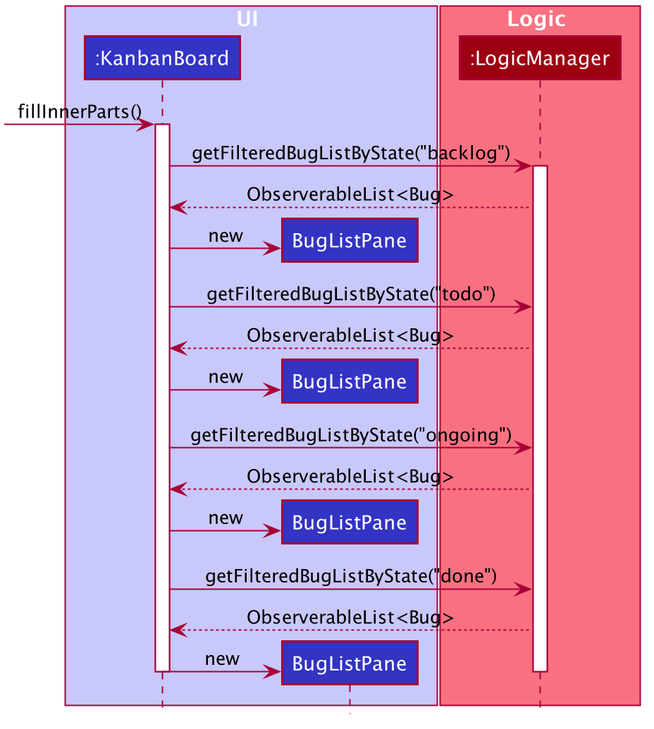
Earlier version of the PlantUML export docs/images/KanbanBoardUI.png (the-reefshark/tp).
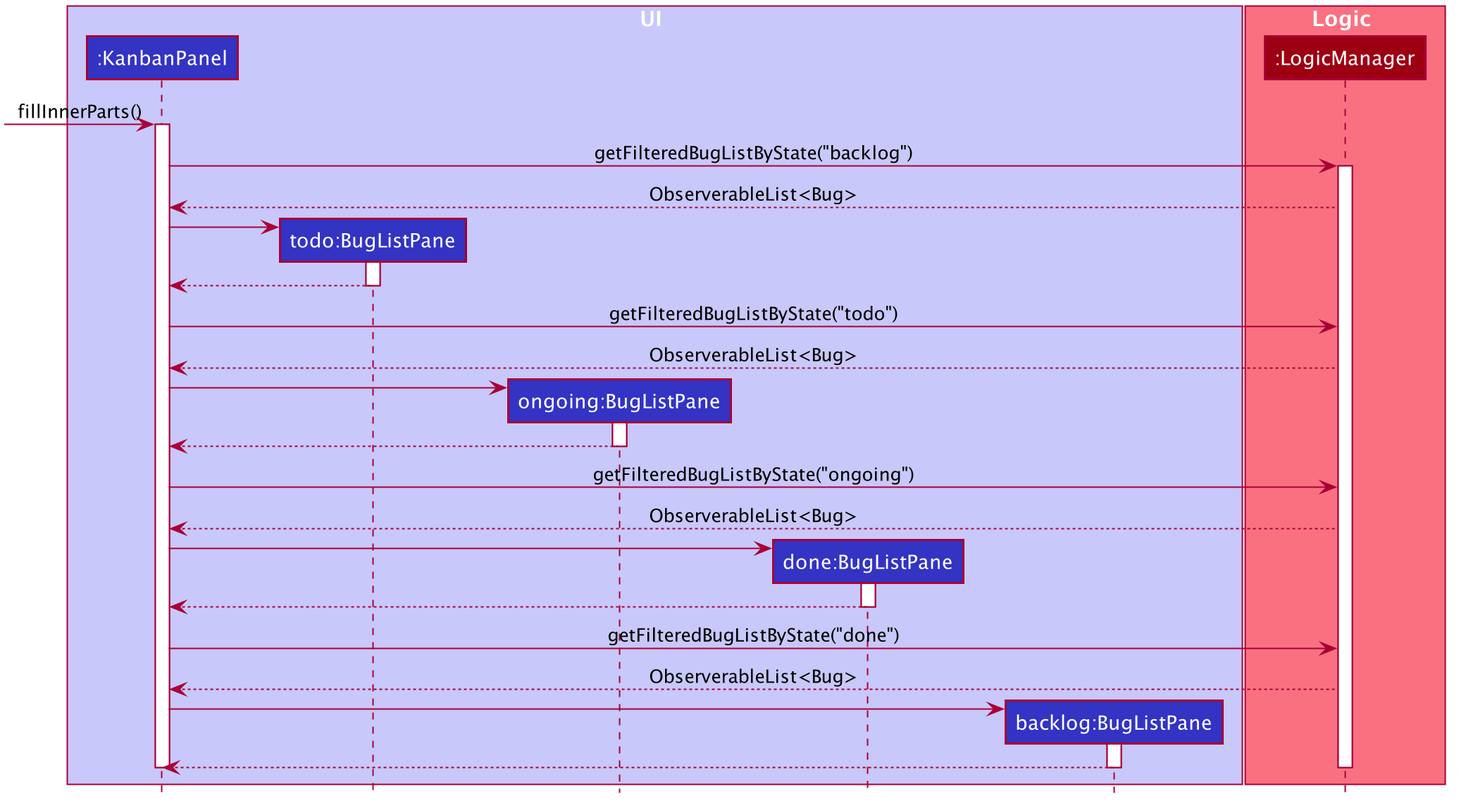
Above is the later version.

What changed in the source:
```diff
@@ -49,8 +49,11 @@
 hide circle
 
 box UI #C8C8FA
-participant ":KanbanBoard" as KanbanBoard #3333C4
-participant "BugListPane" as BugListPane #3333C4
+participant ":KanbanPanel" as KanbanBoard #3333C4
+participant "todo:BugListPane" as BugListPane #3333C4
+participant "ongoing:BugListPane" as BugListPane2 #3333C4
+participant "done:BugListPane" as BugListPane3 #3333C4
+participant "backlog:BugListPane" as BugListPane4 #3333C4
 
 end box
 
@@ -67,27 +70,36 @@
 LogicManager --> KanbanBoard: ObserverableList<Bug>
 
 create BugListPane
-KanbanBoard -> BugListPane: new
-
+KanbanBoard -> BugListPane
+activate BugListPane
+BugListPane --> KanbanBoard
+deactivate BugListPane
 KanbanBoard -> LogicManager : getFilteredBugListByState("todo")
 
 LogicManager --> KanbanBoard: ObserverableList<Bug>
-create BugListPane
-KanbanBoard -> BugListPane: new
-
+create BugListPane2
+KanbanBoard -> BugListPane2
+activate BugListPane2
+BugListPane2 --> KanbanBoard
+deactivate BugListPane2
 KanbanBoard -> LogicManager : getFilteredBugListByState("ongoing")
 
 LogicManager --> KanbanBoard: ObserverableList<Bug>
 
-create BugListPane
-KanbanBoard -> BugListPane: new
-
+create BugListPane3
+KanbanBoard -> BugListPane3
+activate BugListPane3
+BugListPane3 --> KanbanBoard
+deactivate BugListPane3
 KanbanBoard -> LogicManager : getFilteredBugListByState("done")
 
 LogicManager --> KanbanBoard: ObserverableList<Bug>
 
-create BugListPane
-KanbanBoard -> BugListPane: new
+create BugListPane4
+KanbanBoard -> BugListPane4
+activate BugListPane4
+BugListPane4 --> KanbanBoard
+deactivate BugListPane4
 
 deactivate LogicManager
 deactivate KanbanBoard
```
